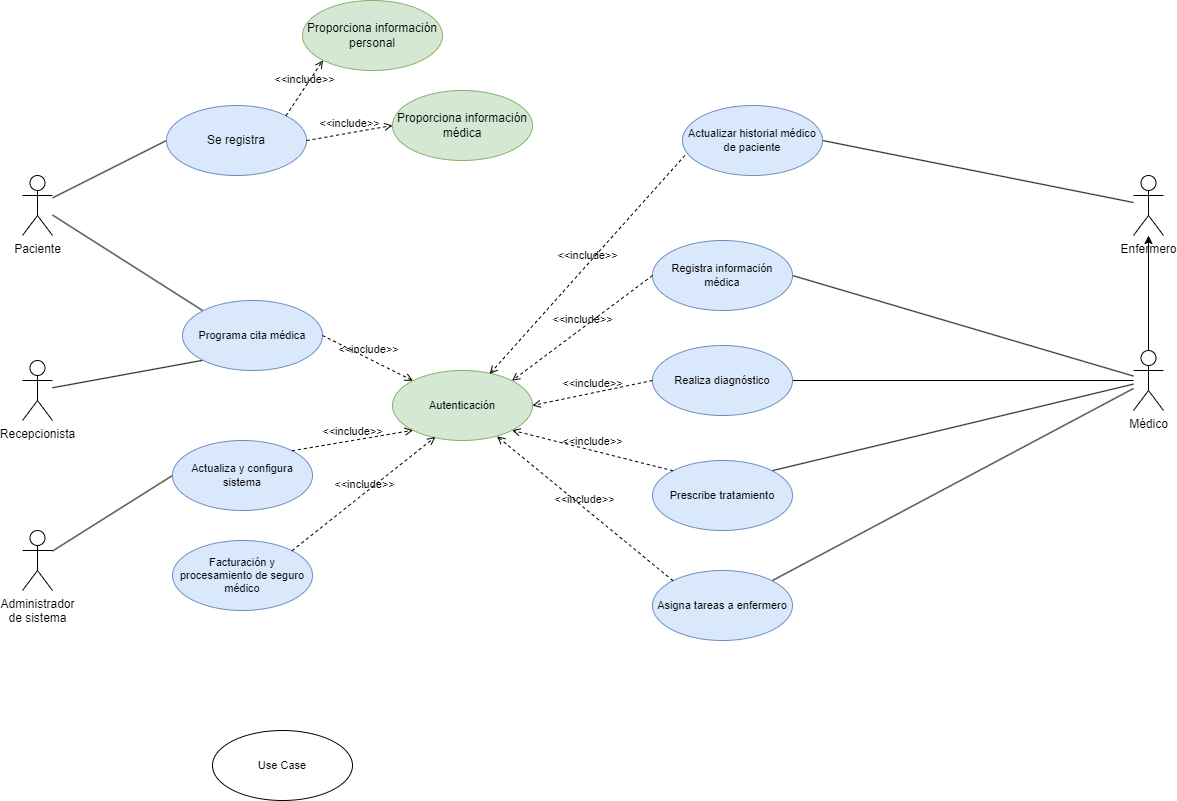
mackstm/ets keeps this draw.io diagram as unidad-4/tarea1/diagram/uc-diagram.png. Above is the earlier version. Source tidied: cells renumbered, new cells last; positions are measured from the earlier drawing's top-left corner, leaving out a move shared by most shapes.
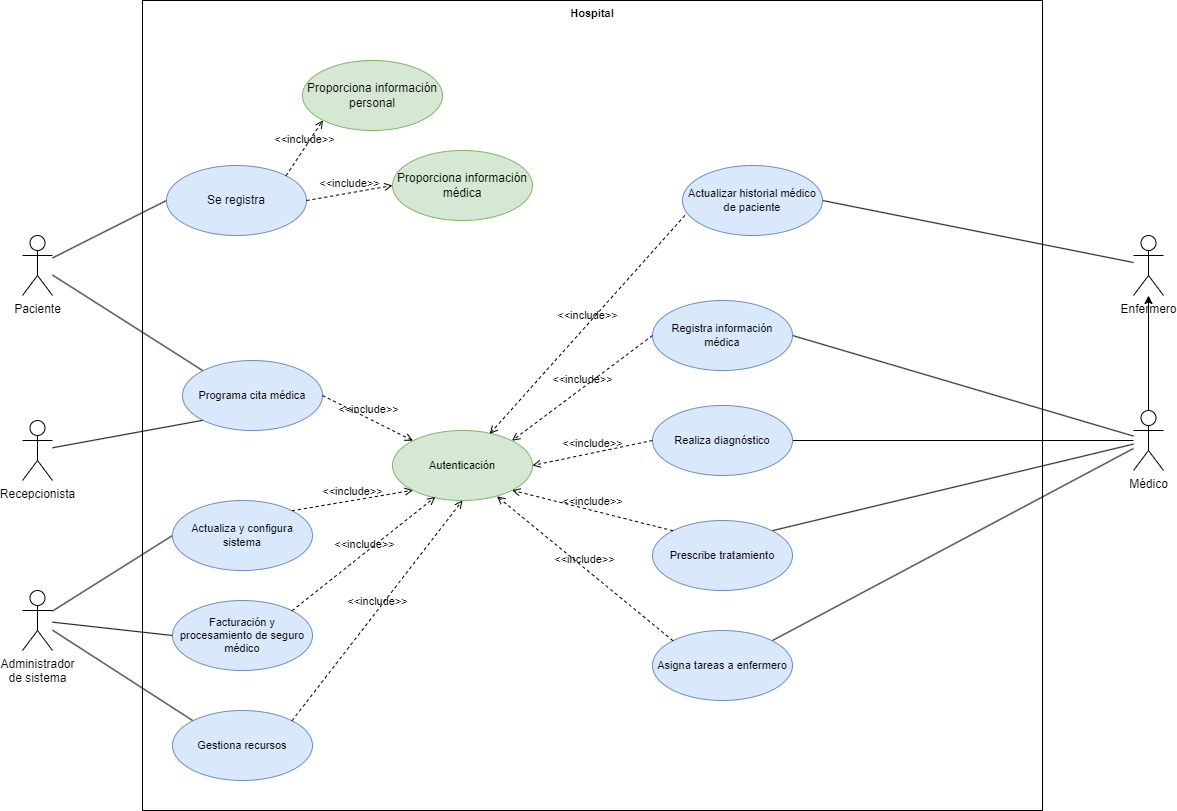
After the change.

Change to the diagram source:
```diff
@@ -2,6 +2,9 @@
   <root>
     <mxCell id="0" />
     <mxCell id="1" parent="0" />
+    <mxCell id="40" value="Hospital" style="shape=rect;html=1;verticalAlign=top;fontStyle=1;whiteSpace=wrap;align=center;fontFamily=Helvetica;fontSize=11;fillColor=none;" parent="1" vertex="1">
+      <mxGeometry x="120" y="-60" width="900" height="810" as="geometry" />
+    </mxCell>
     <mxCell id="2" style="edgeStyle=none;shape=connector;rounded=0;jettySize=auto;html=1;entryX=0;entryY=0.5;entryDx=0;entryDy=0;labelBackgroundColor=default;strokeColor=default;align=center;verticalAlign=middle;fontFamily=Helvetica;fontSize=11;fontColor=default;endArrow=none;endFill=0;" parent="1" edge="1" source="4" target="17">
       <mxGeometry relative="1" as="geometry" />
     </mxCell>
@@ -44,6 +47,12 @@
     <mxCell id="15" style="edgeStyle=none;shape=connector;rounded=0;jettySize=auto;html=1;entryX=0;entryY=0.5;entryDx=0;entryDy=0;labelBackgroundColor=default;strokeColor=default;align=center;verticalAlign=middle;fontFamily=Helvetica;fontSize=11;fontColor=default;endArrow=none;endFill=0;" parent="1" edge="1" source="16" target="34">
       <mxGeometry relative="1" as="geometry" />
     </mxCell>
+    <mxCell id="41" style="edgeStyle=none;shape=connector;rounded=0;jettySize=auto;html=1;entryX=0;entryY=0.5;entryDx=0;entryDy=0;labelBackgroundColor=default;strokeColor=default;align=center;verticalAlign=middle;fontFamily=Helvetica;fontSize=11;fontColor=default;endArrow=none;endFill=0;" parent="1" edge="1" source="16" target="38">
+      <mxGeometry relative="1" as="geometry" />
+    </mxCell>
+    <mxCell id="42" style="edgeStyle=none;shape=connector;rounded=0;jettySize=auto;html=1;entryX=0;entryY=0;entryDx=0;entryDy=0;labelBackgroundColor=default;strokeColor=default;align=center;verticalAlign=middle;fontFamily=Helvetica;fontSize=11;fontColor=default;endArrow=none;endFill=0;" parent="1" edge="1" source="16" target="43">
+      <mxGeometry relative="1" as="geometry" />
+    </mxCell>
     <mxCell id="16" value="Administrador&lt;br&gt;de sistema" style="shape=umlActor;verticalLabelPosition=bottom;verticalAlign=top;html=1;outlineConnect=0;" parent="1" vertex="1">
       <mxGeometry y="530" width="30" height="60" as="geometry" />
     </mxCell>
@@ -74,9 +83,6 @@
     <mxCell id="25" value="Realiza diagnóstico" style="ellipse;whiteSpace=wrap;html=1;fontFamily=Helvetica;fontSize=11;fillColor=#dae8fc;strokeColor=#6c8ebf;" parent="1" vertex="1">
       <mxGeometry x="630" y="345" width="140" height="70" as="geometry" />
     </mxCell>
-    <mxCell id="26" value="Use Case" style="ellipse;whiteSpace=wrap;html=1;fontFamily=Helvetica;fontSize=11;fontColor=default;" parent="1" vertex="1">
-      <mxGeometry x="190" y="730" width="140" height="70" as="geometry" />
-    </mxCell>
     <mxCell id="27" value="Prescribe tratamiento" style="ellipse;whiteSpace=wrap;html=1;fontFamily=Helvetica;fontSize=11;fillColor=#dae8fc;strokeColor=#6c8ebf;" parent="1" vertex="1">
       <mxGeometry x="630" y="460" width="140" height="70" as="geometry" />
     </mxCell>
@@ -116,5 +122,11 @@
     <mxCell id="39" value="&amp;lt;&amp;lt;include&amp;gt;&amp;gt;" style="edgeStyle=none;html=1;endArrow=open;verticalAlign=bottom;dashed=1;labelBackgroundColor=none;rounded=0;strokeColor=default;align=center;fontFamily=Helvetica;fontSize=11;fontColor=default;shape=connector;exitX=1;exitY=0;exitDx=0;exitDy=0;entryX=0.306;entryY=0.949;entryDx=0;entryDy=0;entryPerimeter=0;" parent="1" edge="1" source="38" target="23">
       <mxGeometry relative="1" as="geometry" />
     </mxCell>
+    <mxCell id="43" value="Gestiona recursos" style="ellipse;whiteSpace=wrap;html=1;fontFamily=Helvetica;fontSize=11;fillColor=#dae8fc;strokeColor=#6c8ebf;" parent="1" vertex="1">
+      <mxGeometry x="150" y="650" width="140" height="70" as="geometry" />
+    </mxCell>
+    <mxCell id="44" value="&amp;lt;&amp;lt;include&amp;gt;&amp;gt;" style="edgeStyle=none;html=1;endArrow=open;verticalAlign=bottom;dashed=1;labelBackgroundColor=none;rounded=0;strokeColor=default;align=center;fontFamily=Helvetica;fontSize=11;fontColor=default;shape=connector;exitX=1;exitY=0;exitDx=0;exitDy=0;entryX=0.5;entryY=1;entryDx=0;entryDy=0;" parent="1" edge="1" source="43" target="23">
+      <mxGeometry relative="1" as="geometry" />
+    </mxCell>
   </root>
 </mxGraphModel>
```
